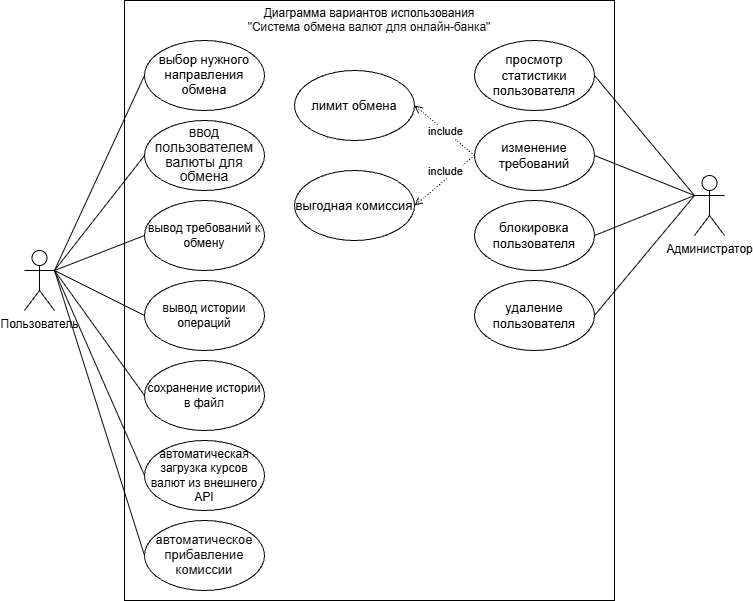
Above: Документация/Диаграмма вариантов использования.png in GromZaxar/currency-exchange (draw.io), before the change. Source tidied: cells renumbered, new cells last; positions are measured from the earlier drawing's top-left corner, leaving out a move shared by most shapes.
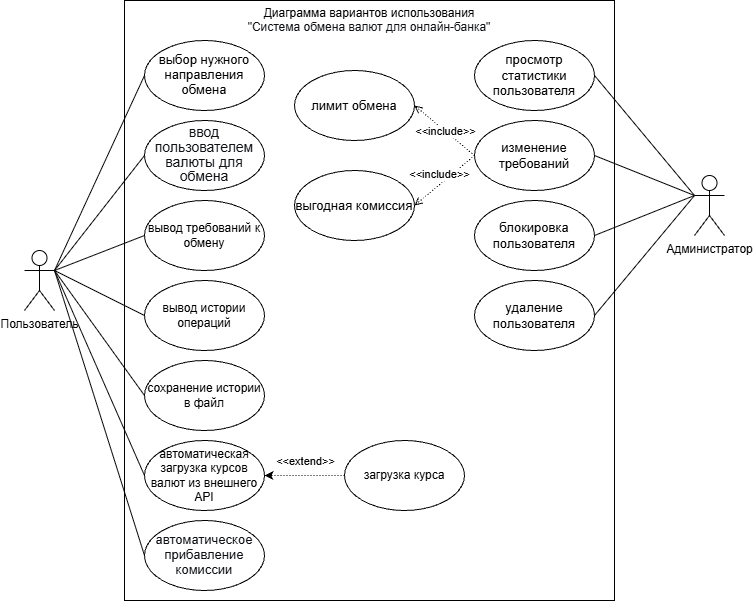
Above is the later version.

Change to the diagram source:
```diff
@@ -23,8 +23,16 @@
     <mxCell id="8" value="сохранение истории в файл" style="ellipse;whiteSpace=wrap;html=1;" parent="1" vertex="1">
       <mxGeometry x="120" y="360" width="120" height="70" as="geometry" />
     </mxCell>
+    <mxCell id="34" style="edgeStyle=orthogonalEdgeStyle;rounded=0;jettySize=auto;html=1;dashed=1;dashPattern=1 2;strokeWidth=1;" parent="1" edge="1" source="9" target="36">
+      <mxGeometry relative="1" as="geometry" />
+    </mxCell>
+    <mxCell id="35" value="&amp;lt;&amp;lt;extend&amp;gt;&amp;gt;" style="edgeLabel;html=1;align=center;verticalAlign=middle;" parent="34" vertex="1">
+      <mxGeometry y="-1" relative="1" as="geometry">
+        <mxPoint y="-14" as="offset" />
+      </mxGeometry>
+    </mxCell>
-    <mxCell id="9" value="автоматическая загрузка курсов валют из внешнего API" style="ellipse;whiteSpace=wrap;html=1;" parent="1" vertex="1">
-      <mxGeometry x="120" y="440" width="120" height="70" as="geometry" />
+    <mxCell id="9" value="загрузка курса" style="ellipse;whiteSpace=wrap;html=1;" parent="1" vertex="1">
+      <mxGeometry x="320" y="440" width="120" height="70" as="geometry" />
     </mxCell>
     <mxCell id="10" style="endArrow=none;html=1;rounded=0;exitX=1;exitY=0.3333333333333333;exitDx=0;exitDy=0;exitPerimeter=0;entryX=0;entryY=0.5;entryDx=0;entryDy=0;" parent="1" edge="1" source="3" target="4">
       <mxGeometry relative="1" as="geometry" />
@@ -45,7 +53,7 @@
     <mxCell id="14" style="endArrow=none;html=1;rounded=0;exitX=1;exitY=0.3333333333333333;exitDx=0;exitDy=0;exitPerimeter=0;entryX=0;entryY=0.5;entryDx=0;entryDy=0;" parent="1" edge="1" source="3" target="8">
       <mxGeometry relative="1" as="geometry" />
     </mxCell>
-    <mxCell id="15" style="endArrow=none;html=1;rounded=0;entryX=0;entryY=0.5;entryDx=0;entryDy=0;" parent="1" edge="1" target="9">
+    <mxCell id="15" style="endArrow=none;html=1;rounded=0;entryX=0;entryY=0.5;entryDx=0;entryDy=0;" parent="1" edge="1" target="36">
       <mxGeometry relative="1" as="geometry">
         <mxPoint x="30" y="270" as="sourcePoint" />
       </mxGeometry>
@@ -74,13 +82,15 @@
     <mxCell id="23" style="endArrow=open;html=1;rounded=0;exitX=0;exitY=0.5;exitDx=0;exitDy=0;entryX=1;entryY=0.5;entryDx=0;entryDy=0;dashed=1;dashPattern=1 2;strokeWidth=1;endFill=0;startArrow=none;startFill=0;" parent="1" edge="1" source="17" target="20">
       <mxGeometry relative="1" as="geometry" />
     </mxCell>
-    <mxCell id="24" value="include" style="edgeLabel;html=1;align=center;verticalAlign=middle;rotation=0;" parent="23" vertex="1">
+    <mxCell id="24" value="&amp;lt;&amp;lt;include&amp;gt;&amp;gt;" style="edgeLabel;html=1;align=center;verticalAlign=middle;rotation=0;" parent="23" vertex="1">
       <mxGeometry x="-0.09" relative="1" as="geometry">
         <mxPoint x="-2" y="-2" as="offset" />
       </mxGeometry>
     </mxCell>
-    <mxCell id="25" value="include" style="edgeLabel;html=1;align=center;verticalAlign=middle;rotation=0;" parent="1" vertex="1">
-      <mxGeometry x="420" y="170" as="geometry" />
+    <mxCell id="25" value="&amp;lt;&amp;lt;include&amp;gt;&amp;gt;" style="edgeLabel;html=1;align=center;verticalAlign=middle;rotation=0;" parent="1" vertex="1">
+      <mxGeometry x="420" y="170" as="geometry">
+        <mxPoint x="-6" y="3" as="offset" />
+      </mxGeometry>
     </mxCell>
     <mxCell id="26" value="Администратор" style="shape=umlActor;verticalLabelPosition=bottom;verticalAlign=top;html=1;outlineConnect=0;" parent="1" vertex="1">
       <mxGeometry x="670" y="175" width="30" height="60" as="geometry" />
@@ -108,5 +118,8 @@
         <mxPoint x="30" y="270" as="sourcePoint" />
       </mxGeometry>
     </mxCell>
+    <mxCell id="36" value="автоматическая загрузка курсов валют из внешнего API" style="ellipse;whiteSpace=wrap;html=1;" parent="1" vertex="1">
+      <mxGeometry x="120" y="440" width="120" height="70" as="geometry" />
+    </mxCell>
   </root>
 </mxGraphModel>
```
